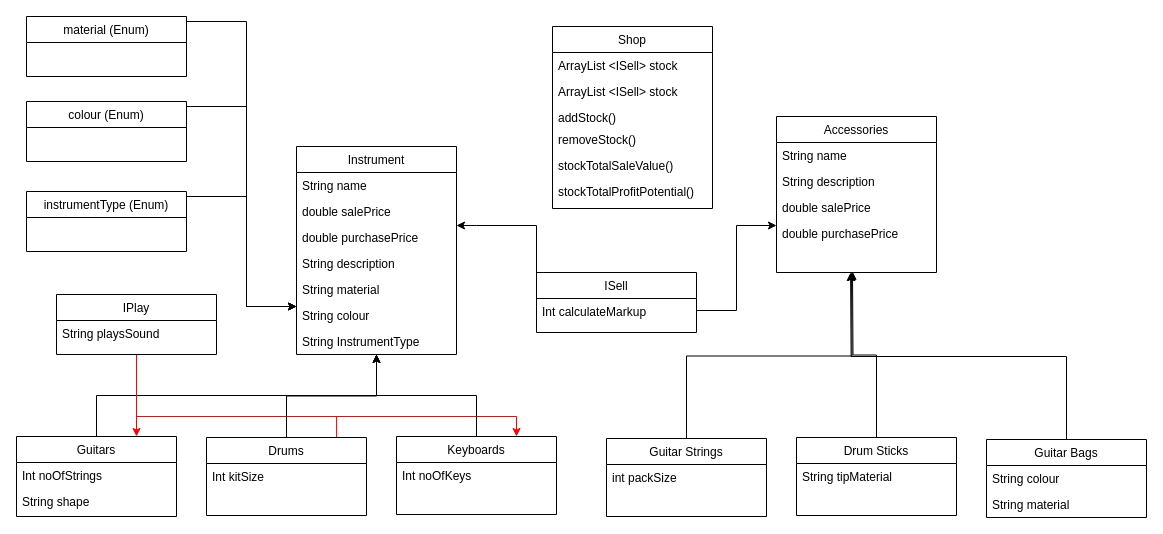
This is Class_Diagram.drawio from M5FGN/codeclan_homework_week12_weekend_music_shop, a draw.io file, before an edit. Source tidied: cells renumbered, new cells numbered last; positions are measured from the earlier drawing's top-left corner, leaving out a move shared by most shapes. Both pictures are drawn from the tidied source at 100%, with x=0, y=0 at pixel (16, 16).
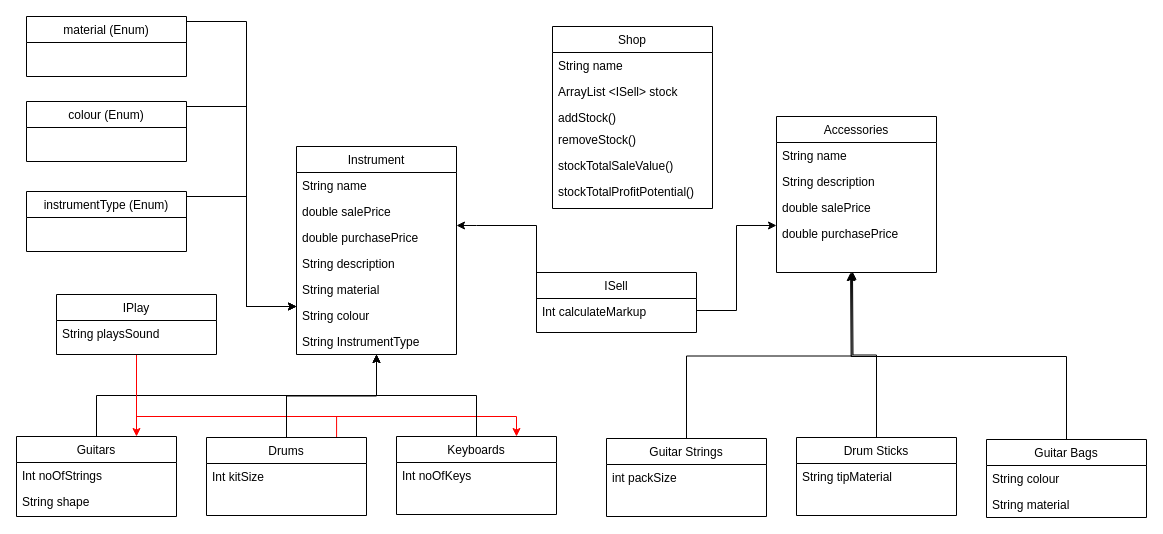
The same page after the edit.

Unchanged cells that the change refers to:
```xml
<mxCell id="2" value="Shop&#10;" style="swimlane;fontStyle=0;align=center;verticalAlign=top;horizontal=1;startSize=26;rounded=0;shadow=0;strokeWidth=1;" parent="1" vertex="1">
  <mxGeometry x="536" y="10" width="160" height="182" as="geometry" />
</mxCell>
```

Diff of the diagram source:
```diff
@@
-    <mxCell id="3" value="ArrayList &lt;ISell&gt; stock" style="text;align=left;verticalAlign=top;spacingLeft=4;spacingRight=4;overflow=hidden;" parent="2" vertex="1">
+    <mxCell id="3" value="String name" style="text;align=left;verticalAlign=top;spacingLeft=4;spacingRight=4;overflow=hidden;" parent="2" vertex="1">
       <mxGeometry y="26" width="160" height="26" as="geometry" />
     </mxCell>
```
